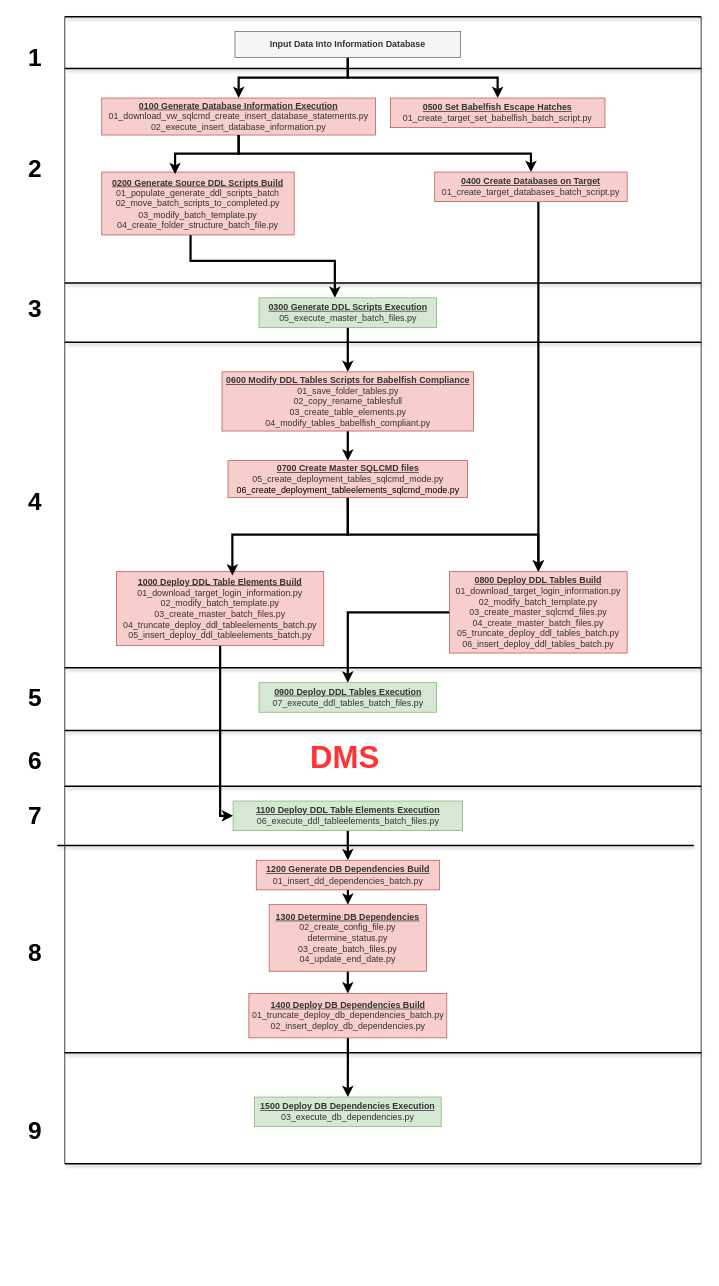
Earlier version of the draw.io diagram Babelfish Deployment Utility Alpha.drawio (smpetersgithub/draw-diagrams-depot). Source tidied: cells renumbered, new cells numbered last; positions are measured from the earlier drawing's top-left corner, leaving out a move shared by most shapes. Both pictures are drawn from the tidied source at 74%, with x=0, y=0 at pixel (13, 16).
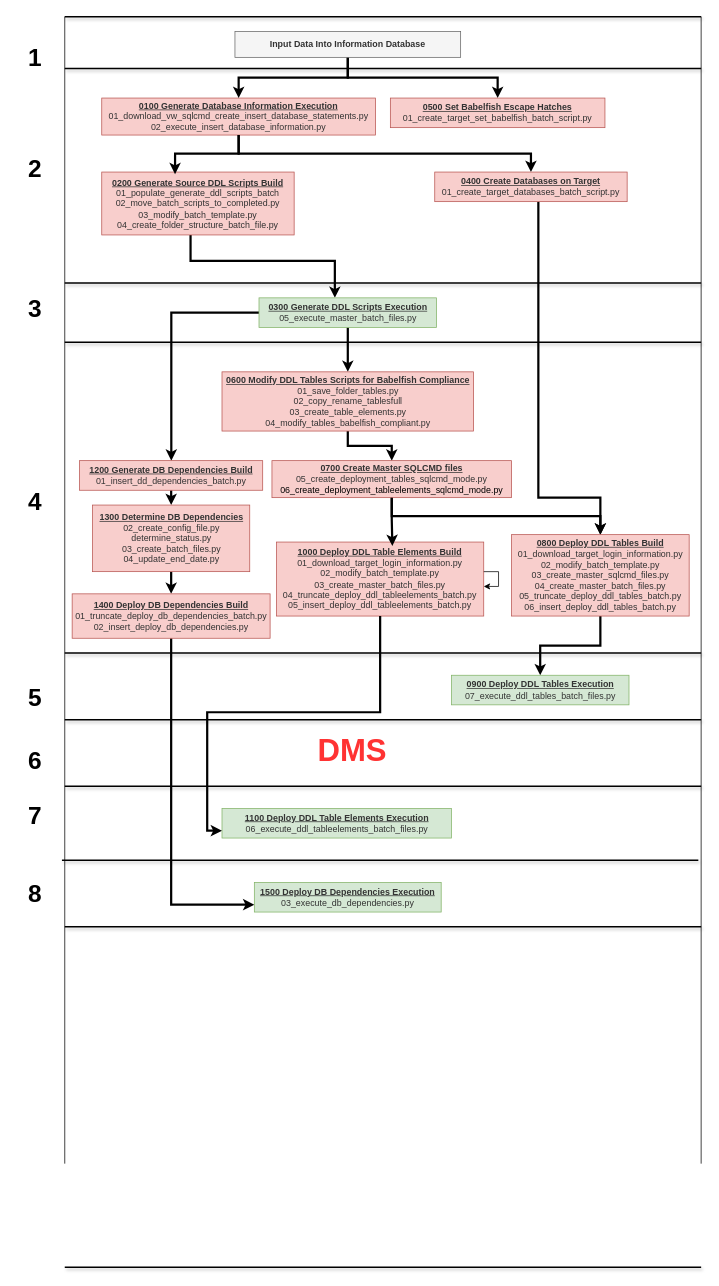
Above is the later version.

Unchanged cells that the change refers to:
```xml
<mxCell id="9" value="&lt;span style=&quot;color: rgb(51, 51, 51);&quot;&gt;&lt;b&gt;&lt;u&gt;0300 Generate DDL Scripts Execution&lt;/u&gt;&lt;/b&gt;&lt;/span&gt;&lt;div&gt;&lt;font color=&quot;#333333&quot;&gt;05_execute_master_batch_files.py&lt;/font&gt;&lt;br&gt;&lt;/div&gt;" style="rounded=0;whiteSpace=wrap;html=1;fillColor=#d5e8d4;strokeColor=#82b366;" parent="1" vertex="1">
  <mxGeometry x="332.5" y="380" width="240" height="40" as="geometry" />
</mxCell>
```

Change to the diagram source:
```diff
@@
+    <mxCell id="56" style="edgeStyle=orthogonalEdgeStyle;rounded=0;jettySize=auto;html=1;strokeWidth=3;" parent="1" edge="1" source="9" target="24">
+      <mxGeometry relative="1" as="geometry">
+        <Array as="points">
+          <mxPoint x="214" y="400" />
+        </Array>
+      </mxGeometry>
+    </mxCell>
@@
     <mxCell id="15" value="&lt;span style=&quot;color: rgb(51, 51, 51);&quot;&gt;&lt;b&gt;&lt;u&gt;0700 Create Master SQLCMD files&lt;/u&gt;&lt;/b&gt;&lt;/span&gt;&lt;div&gt;&lt;font style=&quot;&quot; color=&quot;#333333&quot;&gt;05_create_deployment_tables_sqlcmd_mode.py&lt;/font&gt;&lt;br&gt;&lt;/div&gt;&lt;div&gt;06_create_deployment_tableelements_sqlcmd_mode.py&lt;br&gt;&lt;/div&gt;" style="rounded=0;whiteSpace=wrap;html=1;fillColor=#f8cecc;strokeColor=#b85450;" parent="1" vertex="1">
-      <mxGeometry x="290.6" y="600" width="323.8" height="50" as="geometry" />
+      <mxGeometry x="350" y="600" width="323.8" height="50" as="geometry" />
     </mxCell>
@@
     <mxCell id="17" value="&lt;span style=&quot;color: rgb(51, 51, 51);&quot;&gt;&lt;b&gt;&lt;u&gt;0800 Deploy DDL Tables Build&lt;/u&gt;&lt;/b&gt;&lt;/span&gt;&lt;div&gt;&lt;font color=&quot;#333333&quot;&gt;01_download_target_login_information.py&lt;/font&gt;&lt;br&gt;&lt;/div&gt;&lt;div&gt;&lt;font color=&quot;#333333&quot;&gt;02_modify_batch_template.py&lt;br&gt;&lt;/font&gt;&lt;/div&gt;&lt;div&gt;&lt;font color=&quot;#333333&quot;&gt;03_create_master_sqlcmd_files.py&lt;/font&gt;&lt;/div&gt;&lt;div&gt;&lt;font color=&quot;#333333&quot;&gt;04_create_master_batch_files.py&lt;br&gt;&lt;/font&gt;&lt;/div&gt;&lt;div&gt;&lt;font color=&quot;#333333&quot;&gt;05_truncate_deploy_ddl_tables_batch.py&lt;br&gt;&lt;/font&gt;&lt;/div&gt;&lt;div&gt;&lt;font color=&quot;#333333&quot;&gt;06_insert_deploy_ddl_tables_batch.py&lt;br&gt;&lt;/font&gt;&lt;/div&gt;" style="rounded=0;whiteSpace=wrap;html=1;fillColor=#f8cecc;strokeColor=#b85450;" parent="1" vertex="1">
-      <mxGeometry x="590" y="750" width="240" height="110" as="geometry" />
+      <mxGeometry x="673.8" y="700" width="240" height="110" as="geometry" />
     </mxCell>
     <mxCell id="18" value="&lt;span style=&quot;color: rgb(51, 51, 51);&quot;&gt;&lt;b style=&quot;&quot;&gt;&lt;u style=&quot;&quot;&gt;&lt;font style=&quot;font-size: 12px;&quot;&gt;0900 Deploy DDL Tables Execution&lt;/font&gt;&lt;/u&gt;&lt;/b&gt;&lt;/span&gt;&lt;div style=&quot;&quot;&gt;&lt;font style=&quot;font-size: 12px;&quot; color=&quot;#333333&quot;&gt;07_execute_ddl_tables_batch_files.py&lt;/font&gt;&lt;br&gt;&lt;/div&gt;" style="rounded=0;whiteSpace=wrap;html=1;fillColor=#d5e8d4;strokeColor=#82b366;" parent="1" vertex="1">
-      <mxGeometry x="332.5" y="900" width="240" height="40" as="geometry" />
+      <mxGeometry x="592.5" y="890" width="240" height="40" as="geometry" />
     </mxCell>
-    <mxCell id="19" style="edgeStyle=orthogonalEdgeStyle;rounded=0;jettySize=auto;html=1;strokeWidth=3;" parent="1" edge="1" source="20" target="22">
-      <mxGeometry relative="1" as="geometry">
-        <Array as="points">
-          <mxPoint x="280" y="1080" />
-        </Array>
-      </mxGeometry>
-    </mxCell>
     <mxCell id="20" value="&lt;span style=&quot;color: rgb(51, 51, 51);&quot;&gt;&lt;b&gt;&lt;u&gt;1000 Deploy DDL Table Elements Build&lt;/u&gt;&lt;/b&gt;&lt;/span&gt;&lt;div&gt;&lt;font style=&quot;&quot; color=&quot;#333333&quot;&gt;01_download_target_login_information.py&lt;/font&gt;&lt;br&gt;&lt;/div&gt;&lt;div&gt;&lt;font color=&quot;#333333&quot;&gt;02_modify_batch_template.py&lt;/font&gt;&lt;/div&gt;&lt;div&gt;&lt;font color=&quot;#333333&quot;&gt;03_create_master_batch_files.py&lt;br&gt;&lt;/font&gt;&lt;/div&gt;&lt;div&gt;&lt;font color=&quot;#333333&quot;&gt;04_truncate_deploy_ddl_tableelements_batch.py&lt;br&gt;&lt;/font&gt;&lt;/div&gt;&lt;div&gt;&lt;font color=&quot;#333333&quot;&gt;05_insert_deploy_ddl_tableelements_batch.py&lt;/font&gt;&lt;/div&gt;" style="rounded=0;whiteSpace=wrap;html=1;fillColor=#f8cecc;strokeColor=#b85450;" parent="1" vertex="1">
-      <mxGeometry x="140" y="750" width="280" height="100" as="geometry" />
+      <mxGeometry x="356.2" y="710" width="280" height="100" as="geometry" />
     </mxCell>
-    <mxCell id="21" style="edgeStyle=orthogonalEdgeStyle;rounded=0;jettySize=auto;html=1;strokeWidth=3;" parent="1" edge="1" source="22" target="24">
-      <mxGeometry relative="1" as="geometry" />
-    </mxCell>
     <mxCell id="22" value="&lt;span style=&quot;color: rgb(51, 51, 51);&quot;&gt;&lt;b&gt;&lt;u&gt;1100 Deploy DDL Table Elements Execution&lt;/u&gt;&lt;/b&gt;&lt;/span&gt;&lt;div&gt;&lt;font color=&quot;#333333&quot;&gt;06_execute_ddl_tableelements_batch_files.py&lt;/font&gt;&lt;br&gt;&lt;/div&gt;" style="rounded=0;whiteSpace=wrap;html=1;fillColor=#d5e8d4;strokeColor=#82b366;" parent="1" vertex="1">
-      <mxGeometry x="297.5" y="1060" width="310" height="40" as="geometry" />
+      <mxGeometry x="282.5" y="1070" width="310" height="40" as="geometry" />
     </mxCell>
@@
     <mxCell id="24" value="&lt;span style=&quot;color: rgb(51, 51, 51);&quot;&gt;&lt;b&gt;&lt;u&gt;1200 Generate DB Dependencies Build&lt;/u&gt;&lt;/b&gt;&lt;/span&gt;&lt;div&gt;&lt;font color=&quot;#333333&quot;&gt;01_insert_dd_dependencies_batch.py&lt;/font&gt;&lt;br&gt;&lt;/div&gt;" style="rounded=0;whiteSpace=wrap;html=1;fillColor=#f8cecc;strokeColor=#b85450;" parent="1" vertex="1">
-      <mxGeometry x="328.8" y="1140" width="247.5" height="40" as="geometry" />
+      <mxGeometry x="90" y="600" width="247.5" height="40" as="geometry" />
     </mxCell>
@@
     <mxCell id="26" value="&lt;span style=&quot;color: rgb(51, 51, 51);&quot;&gt;&lt;b&gt;&lt;u&gt;1300 Determine DB Dependencies&lt;/u&gt;&lt;/b&gt;&lt;/span&gt;&lt;div&gt;&lt;font color=&quot;#333333&quot;&gt;02_create_config_file.py&lt;/font&gt;&lt;br&gt;&lt;/div&gt;&lt;div&gt;&lt;font color=&quot;#333333&quot;&gt;determine_status.py&lt;br&gt;&lt;/font&gt;&lt;/div&gt;&lt;div&gt;&lt;font color=&quot;#333333&quot;&gt;03_create_batch_files.py&lt;/font&gt;&lt;/div&gt;&lt;div&gt;&lt;font color=&quot;#333333&quot;&gt;04_update_end_date.py&lt;br&gt;&lt;/font&gt;&lt;/div&gt;" style="rounded=0;whiteSpace=wrap;html=1;fillColor=#f8cecc;strokeColor=#b85450;" parent="1" vertex="1">
-      <mxGeometry x="346.2" y="1200" width="212.5" height="90" as="geometry" />
+      <mxGeometry x="107.5" y="660" width="212.5" height="90" as="geometry" />
     </mxCell>
-    <mxCell id="27" style="edgeStyle=orthogonalEdgeStyle;rounded=0;jettySize=auto;html=1;strokeWidth=3;" parent="1" edge="1" source="28" target="29">
+    <mxCell id="27" style="edgeStyle=orthogonalEdgeStyle;rounded=0;jettySize=auto;html=1;strokeWidth=3;entryX=0;entryY=0.75;entryDx=0;entryDy=0;" parent="1" edge="1" source="28" target="29">
       <mxGeometry relative="1" as="geometry" />
     </mxCell>
     <mxCell id="28" value="&lt;span style=&quot;color: rgb(51, 51, 51);&quot;&gt;&lt;b&gt;&lt;u&gt;1400 Deploy DB Dependencies Build&lt;/u&gt;&lt;/b&gt;&lt;/span&gt;&lt;div&gt;&lt;font color=&quot;#333333&quot;&gt;01_truncate_deploy_db_dependencies_batch.py&lt;/font&gt;&lt;br&gt;&lt;/div&gt;&lt;div&gt;&lt;font color=&quot;#333333&quot;&gt;02_insert_deploy_db_dependencies.py&lt;/font&gt;&lt;/div&gt;" style="rounded=0;whiteSpace=wrap;html=1;fillColor=#f8cecc;strokeColor=#b85450;" parent="1" vertex="1">
-      <mxGeometry x="318.8" y="1320" width="267.5" height="60" as="geometry" />
+      <mxGeometry x="80" y="780" width="267.5" height="60" as="geometry" />
     </mxCell>
     <mxCell id="29" value="&lt;span style=&quot;color: rgb(51, 51, 51);&quot;&gt;&lt;b&gt;&lt;u&gt;1500 Deploy DB Dependencies Execution&lt;/u&gt;&lt;/b&gt;&lt;/span&gt;&lt;div&gt;&lt;font color=&quot;#333333&quot;&gt;03_execute_db_dependencies.py&lt;/font&gt;&lt;br&gt;&lt;/div&gt;" style="rounded=0;whiteSpace=wrap;html=1;fillColor=#d5e8d4;strokeColor=#82b366;" parent="1" vertex="1">
-      <mxGeometry x="326.2" y="1460" width="252.5" height="40" as="geometry" />
+      <mxGeometry x="326.2" y="1170" width="252.5" height="40" as="geometry" />
     </mxCell>
@@
     <mxCell id="33" value="&lt;h1 style=&quot;margin-top: 0px;&quot;&gt;&lt;font style=&quot;font-size: 42px;&quot; color=&quot;#ff3333&quot;&gt;DMS&lt;/font&gt;&lt;/h1&gt;" style="text;html=1;whiteSpace=wrap;overflow=hidden;rounded=0;" parent="1" vertex="1">
-      <mxGeometry x="400" y="970" width="120" height="50" as="geometry" />
+      <mxGeometry x="410" y="960" width="120" height="50" as="geometry" />
     </mxCell>
@@
     <mxCell id="41" value="&lt;font style=&quot;font-size: 33px;&quot;&gt;&lt;b&gt;8&lt;/b&gt;&lt;/font&gt;" style="text;html=1;align=center;verticalAlign=middle;whiteSpace=wrap;rounded=0;" parent="1" vertex="1">
-      <mxGeometry y="1250" width="60" height="30" as="geometry" />
+      <mxGeometry y="1170" width="60" height="30" as="geometry" />
     </mxCell>
-    <mxCell id="42" value="&lt;font style=&quot;font-size: 33px;&quot;&gt;&lt;b&gt;9&lt;/b&gt;&lt;/font&gt;" style="text;html=1;align=center;verticalAlign=middle;whiteSpace=wrap;rounded=0;" parent="1" vertex="1">
-      <mxGeometry y="1490" width="60" height="30" as="geometry" />
-    </mxCell>
@@
     <mxCell id="48" style="endArrow=none;html=1;rounded=0;strokeWidth=2;shadow=1;" parent="1" edge="1">
       <mxGeometry relative="1" as="geometry">
-        <mxPoint x="70" y="880" as="sourcePoint" />
-        <mxPoint x="930" y="880" as="targetPoint" />
+        <mxPoint x="70" y="860" as="sourcePoint" />
+        <mxPoint x="930" y="860" as="targetPoint" />
       </mxGeometry>
     </mxCell>
     <mxCell id="49" style="endArrow=none;html=1;rounded=0;strokeWidth=2;shadow=1;" parent="1" edge="1">
       <mxGeometry relative="1" as="geometry">
-        <mxPoint x="70" y="964.6" as="sourcePoint" />
-        <mxPoint x="930" y="964.6" as="targetPoint" />
+        <mxPoint x="70" y="950" as="sourcePoint" />
+        <mxPoint x="930" y="950" as="targetPoint" />
       </mxGeometry>
     </mxCell>
@@
     <mxCell id="51" style="endArrow=none;html=1;rounded=0;strokeWidth=2;shadow=1;" parent="1" edge="1">
       <mxGeometry relative="1" as="geometry">
-        <mxPoint x="60" y="1120" as="sourcePoint" />
-        <mxPoint x="920" y="1120" as="targetPoint" />
+        <mxPoint x="66.2" y="1140" as="sourcePoint" />
+        <mxPoint x="926.2" y="1140" as="targetPoint" />
       </mxGeometry>
     </mxCell>
     <mxCell id="52" style="endArrow=none;html=1;rounded=0;strokeWidth=2;shadow=1;" parent="1" edge="1">
       <mxGeometry relative="1" as="geometry">
-        <mxPoint x="70" y="1400" as="sourcePoint" />
-        <mxPoint x="930" y="1400" as="targetPoint" />
+        <mxPoint x="70" y="1230" as="sourcePoint" />
+        <mxPoint x="930" y="1230" as="targetPoint" />
       </mxGeometry>
     </mxCell>
     <mxCell id="53" style="endArrow=none;html=1;rounded=0;strokeWidth=2;shadow=1;" parent="1" edge="1">
       <mxGeometry relative="1" as="geometry">
-        <mxPoint x="70" y="1550" as="sourcePoint" />
-        <mxPoint x="930" y="1550" as="targetPoint" />
+        <mxPoint x="70" y="1690" as="sourcePoint" />
+        <mxPoint x="930" y="1690" as="targetPoint" />
       </mxGeometry>
     </mxCell>
@@
+    <mxCell id="57" style="edgeStyle=orthogonalEdgeStyle;rounded=0;orthogonalLoop=1;jettySize=auto;html=1;" parent="1" edge="1" source="20" target="20">
+      <mxGeometry relative="1" as="geometry" />
+    </mxCell>
+    <mxCell id="19" style="edgeStyle=orthogonalEdgeStyle;rounded=0;jettySize=auto;html=1;entryX=0;entryY=0.75;entryDx=0;entryDy=0;strokeWidth=3;" parent="1" edge="1" source="20" target="22">
+      <mxGeometry relative="1" as="geometry" />
+    </mxCell>
```
